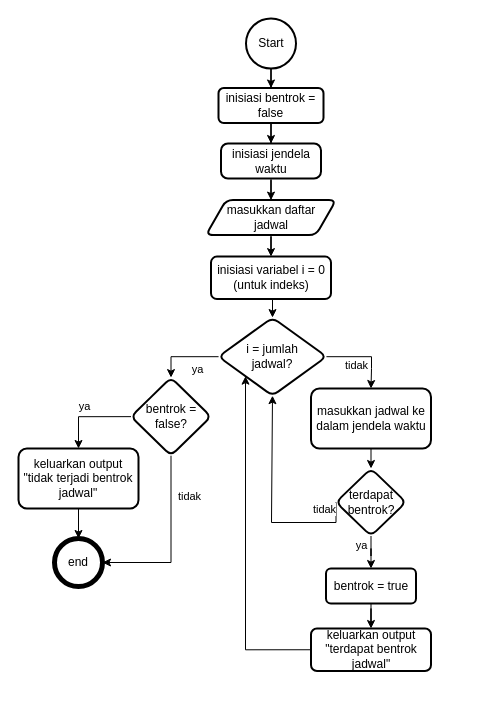
This is diagram/Diagram Alur Algoritma Schedule Spread Base.drawio from putra443/perangkat-lunak-simulasi-frs, a draw.io file, before an edit. Source tidied: cells renumbered, new cells numbered last; positions are measured from the earlier drawing's top-left corner, leaving out a move shared by most shapes. Both pictures are drawn from the tidied source at 100%, with x=0, y=0 at pixel (18, 18).
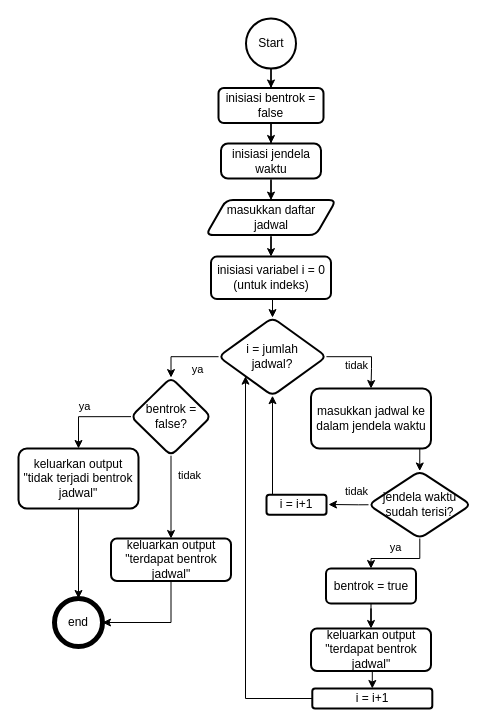
After the change.

Unchanged cells that the change refers to:
```xml
<mxCell id="14" value="i = jumlah&lt;br&gt;jadwal?" style="rhombus;whiteSpace=wrap;html=1;rounded=1;arcSize=14;strokeWidth=2;" parent="1" vertex="1">
  <mxGeometry x="200" y="299.1" width="108" height="78.1" as="geometry" />
</mxCell>
<mxCell id="16" value="masukkan jadwal ke&lt;br&gt;dalam jendela waktu" style="whiteSpace=wrap;html=1;rounded=1;arcSize=14;strokeWidth=2;" parent="1" vertex="1">
  <mxGeometry x="292.5" y="370" width="120" height="60" as="geometry" />
</mxCell>
<mxCell id="27" value="keluarkan output&lt;br&gt;&quot;terdapat bentrok jadwal&quot;" style="whiteSpace=wrap;html=1;rounded=1;arcSize=14;strokeWidth=2;" parent="1" vertex="1">
  <mxGeometry x="292.5" y="610" width="120" height="42.5" as="geometry" />
</mxCell>
<mxCell id="32" value="bentrok = false?" style="rhombus;whiteSpace=wrap;html=1;rounded=1;arcSize=14;strokeWidth=2;" parent="1" vertex="1">
  <mxGeometry x="112.5" y="359.1" width="80" height="78.1" as="geometry" />
</mxCell>
```

Diff of the diagram source:
```diff
@@
-    <mxCell id="15" style="edgeStyle=orthogonalEdgeStyle;rounded=0;jettySize=auto;html=1;exitX=0.5;exitY=1;exitDx=0;exitDy=0;entryX=0.5;entryY=0;entryDx=0;entryDy=0;" parent="1" edge="1" source="16" target="23">
+    <mxCell id="15" style="edgeStyle=orthogonalEdgeStyle;rounded=0;jettySize=auto;html=1;exitX=0.888;exitY=1;exitDx=0;exitDy=0;entryX=0.5;entryY=0;entryDx=0;entryDy=0;exitPerimeter=0;" parent="1" edge="1" source="16" target="23">
       <mxGeometry relative="1" as="geometry" />
     </mxCell>
@@
-    <mxCell id="21" style="edgeStyle=orthogonalEdgeStyle;rounded=0;jettySize=auto;html=1;exitX=0;exitY=0.5;exitDx=0;exitDy=0;entryX=0.5;entryY=1;entryDx=0;entryDy=0;" parent="1" edge="1" source="23" target="14">
+    <mxCell id="21" style="edgeStyle=orthogonalEdgeStyle;rounded=0;jettySize=auto;html=1;exitX=0;exitY=0.5;exitDx=0;exitDy=0;" parent="1" edge="1" source="23">
       <mxGeometry relative="1" as="geometry">
+        <mxPoint x="310" y="486" as="targetPoint" />
         <Array as="points">
-          <mxPoint x="253" y="504" />
+          <mxPoint x="340" y="486" />
+          <mxPoint x="308" y="486" />
         </Array>
       </mxGeometry>
     </mxCell>
     <mxCell id="22" value="tidak" style="edgeLabel;html=1;align=center;verticalAlign=middle;" parent="21" vertex="1">
       <mxGeometry x="-0.56" y="2" relative="1" as="geometry">
-        <mxPoint x="15" y="-16" as="offset" />
+        <mxPoint x="-4" y="-16" as="offset" />
       </mxGeometry>
     </mxCell>
-    <mxCell id="23" value="terdapat&lt;br&gt;bentrok?" style="rhombus;whiteSpace=wrap;html=1;rounded=1;arcSize=14;strokeWidth=2;" parent="1" vertex="1">
-      <mxGeometry x="317.5" y="450" width="70" height="67.5" as="geometry" />
+    <mxCell id="23" value="jendela waktu sudah terisi?" style="rhombus;whiteSpace=wrap;html=1;rounded=1;arcSize=14;strokeWidth=2;" parent="1" vertex="1">
+      <mxGeometry x="350" y="452.5" width="102.5" height="67.5" as="geometry" />
     </mxCell>
@@
-    <mxCell id="26" style="edgeStyle=orthogonalEdgeStyle;rounded=0;jettySize=auto;html=1;exitX=0;exitY=0.5;exitDx=0;exitDy=0;entryX=0;entryY=1;entryDx=0;entryDy=0;" parent="1" edge="1" source="27" target="14">
+    <mxCell id="26" style="edgeStyle=orthogonalEdgeStyle;rounded=0;jettySize=auto;html=1;exitX=0;exitY=0.5;exitDx=0;exitDy=0;entryX=0;entryY=1;entryDx=0;entryDy=0;" parent="1" edge="1" source="37" target="14">
       <mxGeometry relative="1" as="geometry" />
     </mxCell>
+    <mxCell id="36" style="edgeStyle=orthogonalEdgeStyle;rounded=0;jettySize=auto;html=1;exitX=0.5;exitY=1;exitDx=0;exitDy=0;entryX=0.5;entryY=0;entryDx=0;entryDy=0;" parent="1" edge="1" source="27" target="37">
+      <mxGeometry relative="1" as="geometry" />
+    </mxCell>
@@
-    <mxCell id="30" style="edgeStyle=orthogonalEdgeStyle;rounded=0;jettySize=auto;html=1;exitX=0.5;exitY=1;exitDx=0;exitDy=0;entryX=1;entryY=0.5;entryDx=0;entryDy=0;" parent="1" edge="1" source="32" target="35">
+    <mxCell id="30" style="edgeStyle=orthogonalEdgeStyle;rounded=0;jettySize=auto;html=1;exitX=0.5;exitY=1;exitDx=0;exitDy=0;entryX=0.5;entryY=0;entryDx=0;entryDy=0;" parent="1" edge="1" source="32" target="39">
       <mxGeometry relative="1" as="geometry" />
     </mxCell>
@@
     <mxCell id="35" value="end" style="shape=ellipse;html=1;dashed=0;whiteSpace=wrap;strokeWidth=5;perimeter=ellipsePerimeter;" parent="1" vertex="1">
-      <mxGeometry x="36" y="520" width="48" height="48" as="geometry" />
+      <mxGeometry x="36" y="580" width="48" height="48" as="geometry" />
     </mxCell>
+    <mxCell id="37" value="i = i+1" style="whiteSpace=wrap;html=1;rounded=1;arcSize=14;strokeWidth=2;" parent="1" vertex="1">
+      <mxGeometry x="293.8" y="670" width="120" height="20" as="geometry" />
+    </mxCell>
+    <mxCell id="38" style="edgeStyle=orthogonalEdgeStyle;rounded=0;jettySize=auto;html=1;exitX=0.5;exitY=1;exitDx=0;exitDy=0;entryX=1;entryY=0.5;entryDx=0;entryDy=0;" parent="1" edge="1" source="39" target="35">
+      <mxGeometry relative="1" as="geometry" />
+    </mxCell>
+    <mxCell id="39" value="keluarkan output&lt;br&gt;&quot;terdapat bentrok jadwal&quot;" style="whiteSpace=wrap;html=1;rounded=1;arcSize=14;strokeWidth=2;" parent="1" vertex="1">
+      <mxGeometry x="92.5" y="520" width="120" height="42.5" as="geometry" />
+    </mxCell>
+    <mxCell id="40" style="edgeStyle=orthogonalEdgeStyle;rounded=0;jettySize=auto;html=1;exitX=0.25;exitY=0;exitDx=0;exitDy=0;entryX=0.5;entryY=1;entryDx=0;entryDy=0;" parent="1" edge="1" source="41" target="14">
+      <mxGeometry relative="1" as="geometry">
+        <Array as="points">
+          <mxPoint x="254" y="476" />
+        </Array>
+      </mxGeometry>
+    </mxCell>
+    <mxCell id="41" value="i = i+1" style="whiteSpace=wrap;html=1;rounded=1;arcSize=14;strokeWidth=2;" parent="1" vertex="1">
+      <mxGeometry x="248" y="476.2" width="60" height="20" as="geometry" />
+    </mxCell>
```
